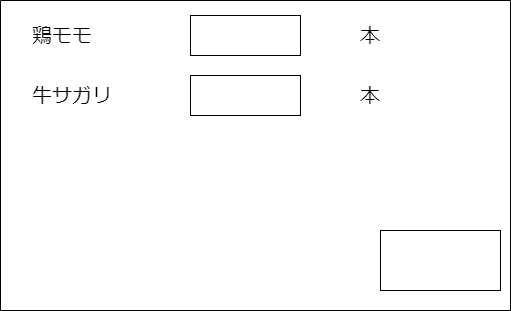
Before: psp4/画面項目図_在庫管理・入力画面.drawio.png, a diagram exported from draw.io (MasakiHiguchi/---). Source tidied: cells renumbered, new cells last; positions are measured from the earlier drawing's top-left corner, leaving out a move shared by most shapes.
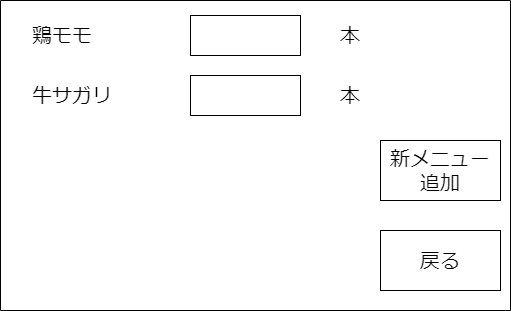
The same file after the commit.

Commit message:
在庫管理の変更

The edit, as a diff of the source:
```diff
@@ -18,13 +18,16 @@
       <mxGeometry x="190" y="75" width="110" height="40" as="geometry" />
     </mxCell>
     <mxCell id="7" value="本" style="text;html=1;strokeColor=none;fillColor=none;align=center;verticalAlign=middle;whiteSpace=wrap;rounded=0;fontSize=20;" parent="2" vertex="1">
-      <mxGeometry x="340" y="20" width="60" height="30" as="geometry" />
+      <mxGeometry x="320" y="20" width="60" height="30" as="geometry" />
     </mxCell>
     <mxCell id="8" value="本" style="text;html=1;strokeColor=none;fillColor=none;align=center;verticalAlign=middle;whiteSpace=wrap;rounded=0;fontSize=20;" parent="2" vertex="1">
-      <mxGeometry x="340" y="80" width="60" height="30" as="geometry" />
+      <mxGeometry x="320" y="80" width="60" height="30" as="geometry" />
     </mxCell>
-    <mxCell id="9" style="rounded=0;whiteSpace=wrap;html=1;fontSize=20;" parent="2" vertex="1">
+    <mxCell id="9" value="戻る" style="rounded=0;whiteSpace=wrap;html=1;fontSize=20;" parent="2" vertex="1">
       <mxGeometry x="380" y="230" width="120" height="60" as="geometry" />
     </mxCell>
+    <mxCell id="10" value="新メニュー追加" style="rounded=0;whiteSpace=wrap;html=1;fontSize=20;" parent="2" vertex="1">
+      <mxGeometry x="380" y="140" width="120" height="60" as="geometry" />
+    </mxCell>
   </root>
 </mxGraphModel>
```
